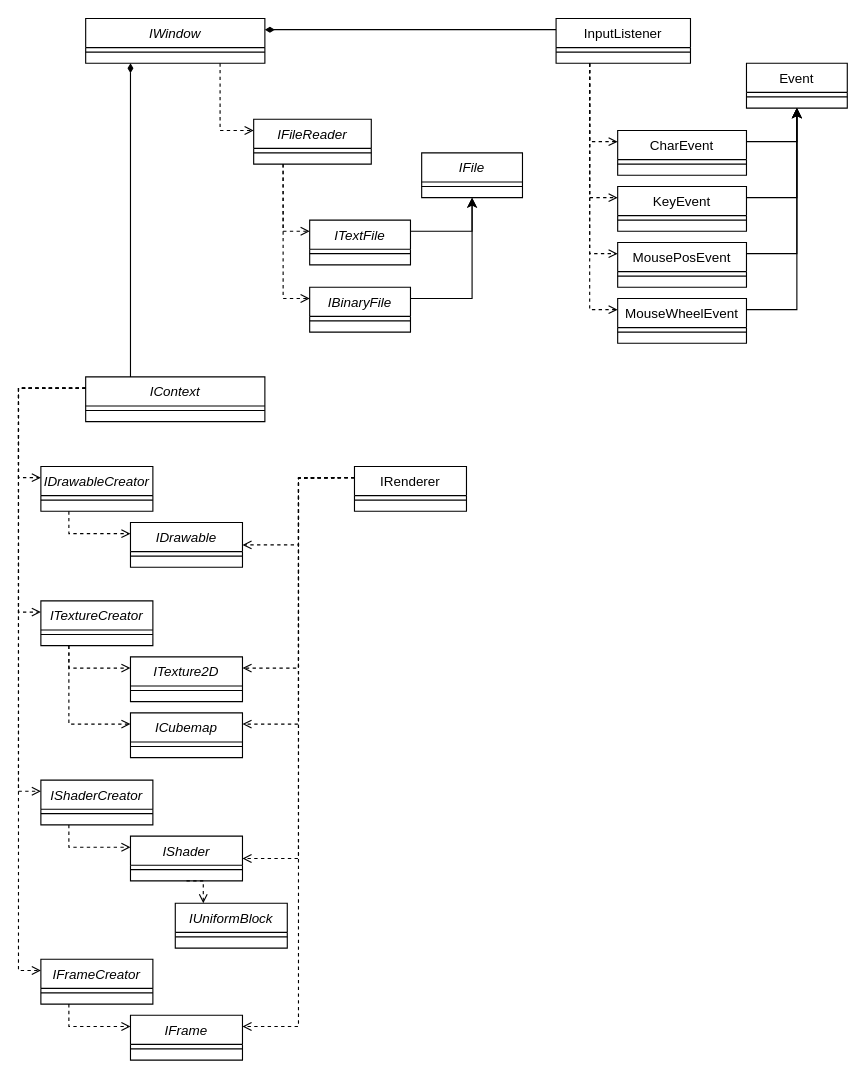
Above: source/core/docs/uml.drawio in NiklasReiche/yage (draw.io), before the change. Source tidied: cells renumbered, new cells numbered last; positions are measured from the earlier drawing's top-left corner, leaving out a move shared by most shapes. Both pictures are drawn from the tidied source at 112%, with x=0, y=0 at pixel (40, 18).
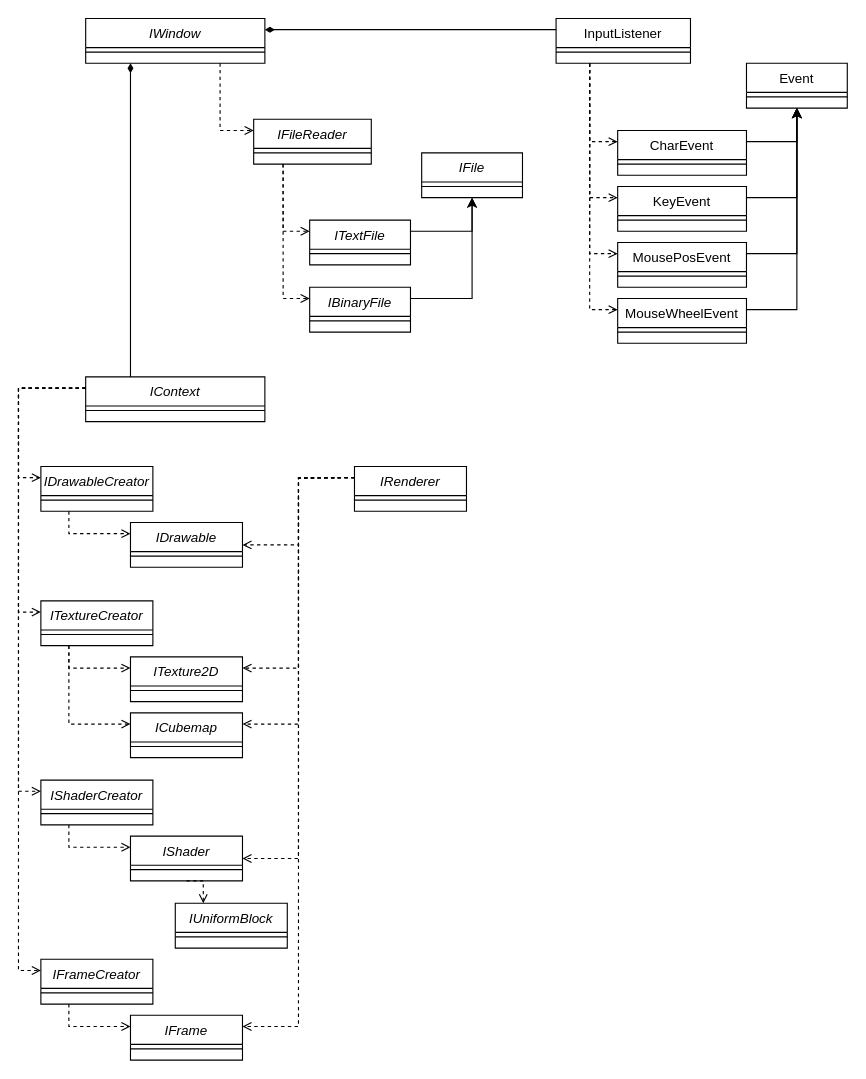
Above is the later version.

The edit, as a diff of the source:
```diff
@@
-    <mxCell id="55" value="IRenderer" style="swimlane;fontStyle=0;align=center;verticalAlign=top;horizontal=1;startSize=26;rounded=0;shadow=0;strokeWidth=1;" parent="1" vertex="1">
+    <mxCell id="55" value="IRenderer" style="swimlane;fontStyle=2;align=center;verticalAlign=top;horizontal=1;startSize=26;rounded=0;shadow=0;strokeWidth=1;" parent="1" vertex="1">
       <mxGeometry x="280" y="400" width="100" height="40" as="geometry" />
     </mxCell>
```
